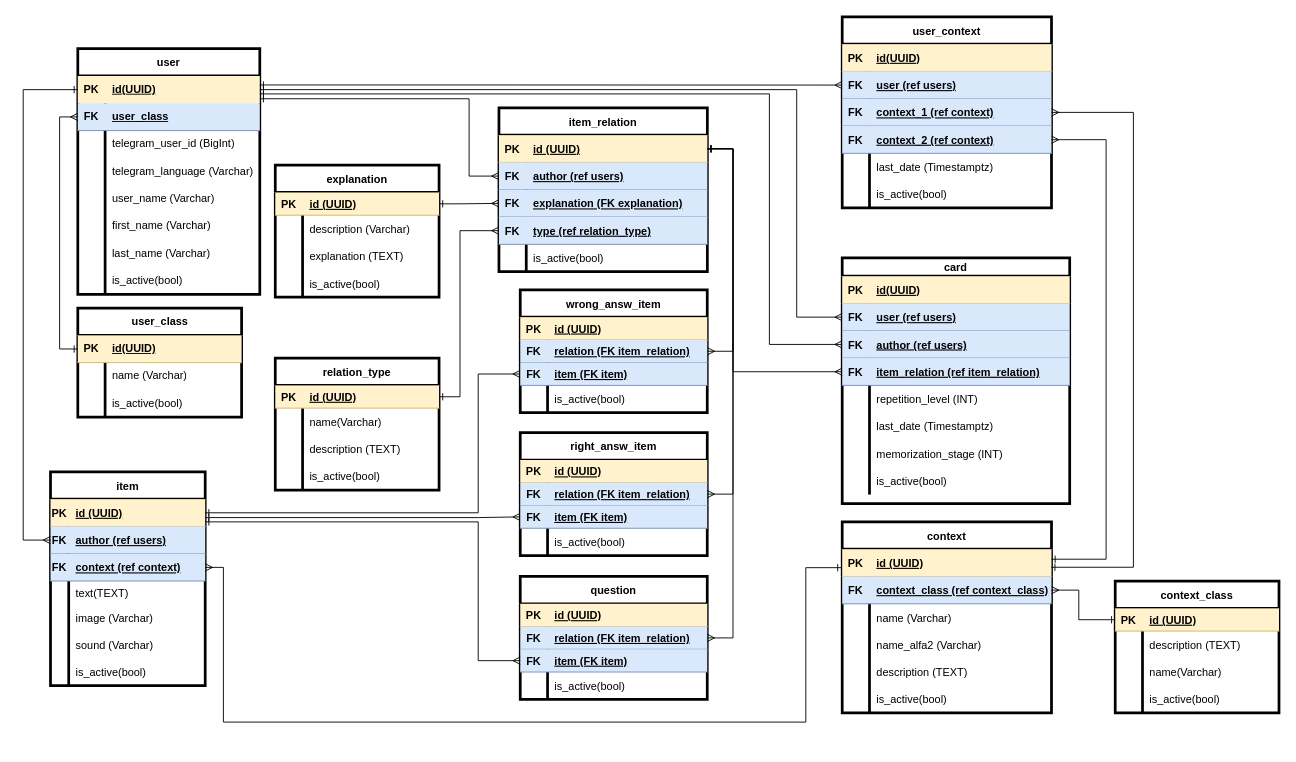
Earlier version of the draw.io diagram doc/db_structure.drawio (essayNEXT/REPETITOR). Source tidied: cells renumbered, new cells numbered last; positions are measured from the earlier drawing's top-left corner, leaving out a move shared by most shapes. Both pictures are drawn from the tidied source at 91%, with x=0, y=0 at pixel (23, 16).
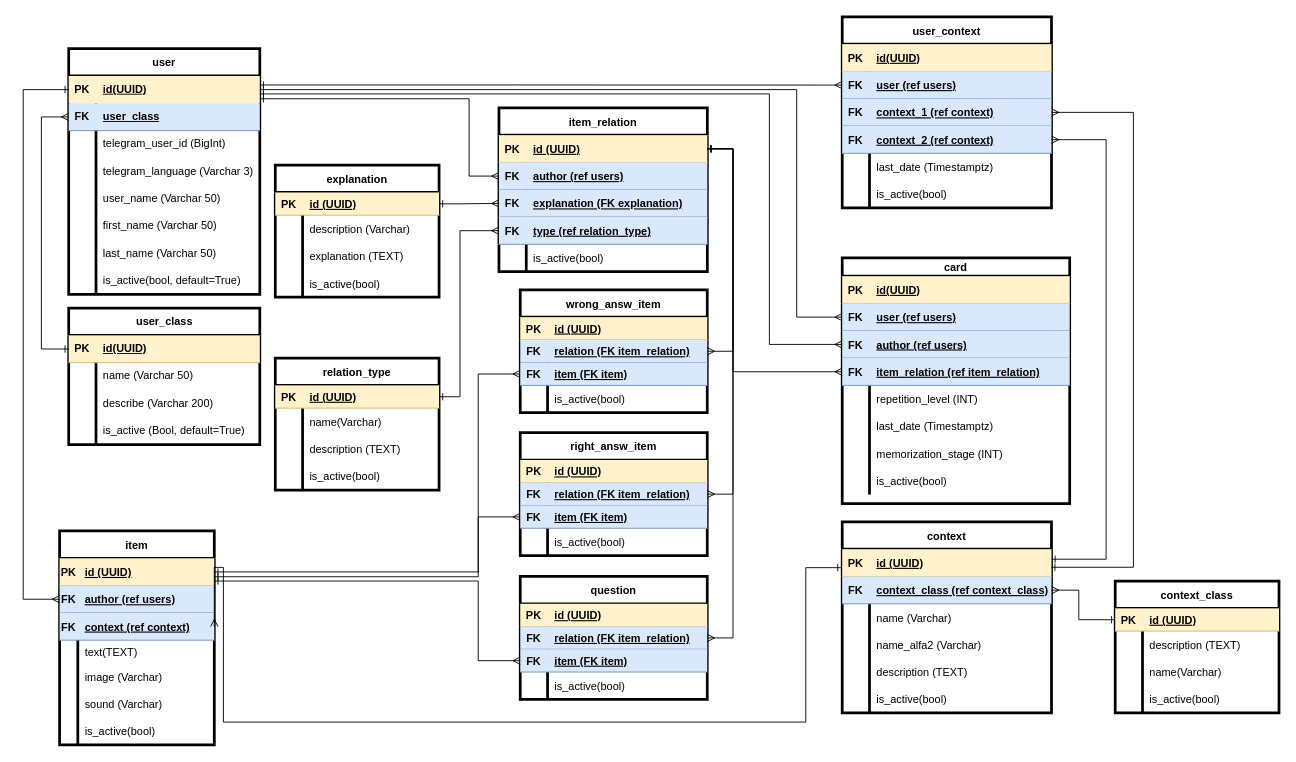
The same page after the edit.

Change to the diagram source:
```diff
@@
     <mxCell id="2" value="user" style="shape=table;startSize=30;childLayout=tableLayout;rowLines=0;fontStyle=1;align=center;html=1;whiteSpace=wrap;strokeWidth=3;" parent="1" vertex="1">
-      <mxGeometry x="60" y="35" width="200" height="270" as="geometry" />
+      <mxGeometry x="50" y="35" width="210" height="270" as="geometry" />
     </mxCell>
     <mxCell id="3" style="shape=tableRow;horizontal=0;startSize=0;swimlaneHead=0;swimlaneBody=0;fillColor=#fff2cc;points=[[0,0.5],[1,0.5]];portConstraint=eastwest;top=0;left=0;right=0;bottom=0;html=1;strokeColor=#d6b656;" parent="2" vertex="1">
-      <mxGeometry y="30" width="200" height="30" as="geometry" />
+      <mxGeometry y="30" width="210" height="30" as="geometry" />
     </mxCell>
@@
     <mxCell id="5" value="id(UUID)" style="shape=partialRectangle;fillColor=none;top=0;left=0;bottom=0;right=0;align=left;spacingLeft=6;fontStyle=5;overflow=hidden;html=1;whiteSpace=wrap;" parent="3" vertex="1">
-      <mxGeometry x="30" width="170" height="30" as="geometry" />
+      <mxGeometry x="30" width="180" height="30" as="geometry" />
     </mxCell>
     <mxCell id="6" style="shape=tableRow;horizontal=0;startSize=0;swimlaneHead=0;swimlaneBody=0;fillColor=#dae8fc;points=[[0,0.5],[1,0.5]];portConstraint=eastwest;top=0;left=0;right=0;bottom=1;html=1;strokeColor=#6c8ebf;" parent="2" vertex="1">
-      <mxGeometry y="60" width="200" height="30" as="geometry" />
+      <mxGeometry y="60" width="210" height="30" as="geometry" />
     </mxCell>
@@
     <mxCell id="8" value="user_class" style="shape=partialRectangle;fillColor=none;top=0;left=0;bottom=0;right=0;align=left;spacingLeft=6;fontStyle=5;overflow=hidden;html=1;whiteSpace=wrap;" parent="6" vertex="1">
-      <mxGeometry x="30" width="170" height="30" as="geometry" />
+      <mxGeometry x="30" width="180" height="30" as="geometry" />
     </mxCell>
     <mxCell id="9" style="shape=tableRow;horizontal=0;startSize=0;swimlaneHead=0;swimlaneBody=0;fillColor=none;top=0;left=0;right=0;bottom=0;html=1;" parent="2" vertex="1">
-      <mxGeometry y="90" width="200" height="30" as="geometry" />
+      <mxGeometry y="90" width="210" height="30" as="geometry" />
     </mxCell>
@@
     <mxCell id="11" value="telegram_user_id (BigInt)" style="shape=partialRectangle;fillColor=none;top=0;left=0;bottom=0;right=0;align=left;spacingLeft=6;overflow=hidden;html=1;whiteSpace=wrap;" parent="9" vertex="1">
-      <mxGeometry x="30" width="170" height="30" as="geometry" />
+      <mxGeometry x="30" width="180" height="30" as="geometry" />
     </mxCell>
     <mxCell id="12" style="shape=tableRow;horizontal=0;startSize=0;swimlaneHead=0;swimlaneBody=0;fillColor=none;top=0;left=0;right=0;bottom=0;html=1;" parent="2" vertex="1">
-      <mxGeometry y="120" width="200" height="30" as="geometry" />
+      <mxGeometry y="120" width="210" height="30" as="geometry" />
     </mxCell>
@@
-    <mxCell id="14" value="telegram_language (Varchar)" style="shape=partialRectangle;fillColor=none;top=0;left=0;bottom=0;right=0;align=left;spacingLeft=6;overflow=hidden;html=1;whiteSpace=wrap;" parent="12" vertex="1">
-      <mxGeometry x="30" width="170" height="30" as="geometry" />
+    <mxCell id="14" value="telegram_language (Varchar 3)" style="shape=partialRectangle;fillColor=none;top=0;left=0;bottom=0;right=0;align=left;spacingLeft=6;overflow=hidden;html=1;whiteSpace=wrap;" parent="12" vertex="1">
+      <mxGeometry x="30" width="180" height="30" as="geometry" />
     </mxCell>
     <mxCell id="15" style="shape=tableRow;horizontal=0;startSize=0;swimlaneHead=0;swimlaneBody=0;fillColor=none;top=0;left=0;right=0;bottom=0;html=1;" parent="2" vertex="1">
-      <mxGeometry y="150" width="200" height="30" as="geometry" />
+      <mxGeometry y="150" width="210" height="30" as="geometry" />
     </mxCell>
@@
-    <mxCell id="17" value="user_name (Varchar)" style="shape=partialRectangle;fillColor=none;top=0;left=0;bottom=0;right=0;align=left;spacingLeft=6;overflow=hidden;html=1;whiteSpace=wrap;" parent="15" vertex="1">
-      <mxGeometry x="30" width="170" height="30" as="geometry" />
+    <mxCell id="17" value="user_name (Varchar 50)" style="shape=partialRectangle;fillColor=none;top=0;left=0;bottom=0;right=0;align=left;spacingLeft=6;overflow=hidden;html=1;whiteSpace=wrap;" parent="15" vertex="1">
+      <mxGeometry x="30" width="180" height="30" as="geometry" />
     </mxCell>
     <mxCell id="18" style="shape=tableRow;horizontal=0;startSize=0;swimlaneHead=0;swimlaneBody=0;fillColor=none;top=0;left=0;right=0;bottom=0;html=1;" parent="2" vertex="1">
-      <mxGeometry y="180" width="200" height="30" as="geometry" />
+      <mxGeometry y="180" width="210" height="30" as="geometry" />
     </mxCell>
@@
-    <mxCell id="20" value="&lt;span style=&quot;color: rgb(0, 0, 0); font-family: Helvetica; font-size: 12px; font-style: normal; font-variant-ligatures: normal; font-variant-caps: normal; font-weight: 400; letter-spacing: normal; orphans: 2; text-align: left; text-indent: 0px; text-transform: none; widows: 2; word-spacing: 0px; -webkit-text-stroke-width: 0px; background-color: rgb(251, 251, 251); text-decoration-thickness: initial; text-decoration-style: initial; text-decoration-color: initial; float: none; display: inline !important;&quot;&gt;first_name (Varchar)&lt;/span&gt;" style="shape=partialRectangle;fillColor=none;top=0;left=0;bottom=0;right=0;align=left;spacingLeft=6;overflow=hidden;html=1;whiteSpace=wrap;" parent="18" vertex="1">
-      <mxGeometry x="30" width="170" height="30" as="geometry" />
+    <mxCell id="20" value="&lt;span style=&quot;color: rgb(0, 0, 0); font-family: Helvetica; font-size: 12px; font-style: normal; font-variant-ligatures: normal; font-variant-caps: normal; font-weight: 400; letter-spacing: normal; orphans: 2; text-align: left; text-indent: 0px; text-transform: none; widows: 2; word-spacing: 0px; -webkit-text-stroke-width: 0px; background-color: rgb(251, 251, 251); text-decoration-thickness: initial; text-decoration-style: initial; text-decoration-color: initial; float: none; display: inline !important;&quot;&gt;first_name (Varchar 50)&lt;/span&gt;" style="shape=partialRectangle;fillColor=none;top=0;left=0;bottom=0;right=0;align=left;spacingLeft=6;overflow=hidden;html=1;whiteSpace=wrap;" parent="18" vertex="1">
+      <mxGeometry x="30" width="180" height="30" as="geometry" />
     </mxCell>
     <mxCell id="21" style="shape=tableRow;horizontal=0;startSize=0;swimlaneHead=0;swimlaneBody=0;fillColor=none;top=0;left=0;right=0;bottom=0;html=1;" parent="2" vertex="1">
-      <mxGeometry y="210" width="200" height="30" as="geometry" />
+      <mxGeometry y="210" width="210" height="30" as="geometry" />
     </mxCell>
@@
-    <mxCell id="23" value="last_name (Varchar)" style="shape=partialRectangle;fillColor=none;top=0;left=0;bottom=0;right=0;align=left;spacingLeft=6;overflow=hidden;html=1;whiteSpace=wrap;" parent="21" vertex="1">
-      <mxGeometry x="30" width="170" height="30" as="geometry" />
+    <mxCell id="23" value="last_name (Varchar 50)" style="shape=partialRectangle;fillColor=none;top=0;left=0;bottom=0;right=0;align=left;spacingLeft=6;overflow=hidden;html=1;whiteSpace=wrap;" parent="21" vertex="1">
+      <mxGeometry x="30" width="180" height="30" as="geometry" />
     </mxCell>
     <mxCell id="24" style="shape=tableRow;horizontal=0;startSize=0;swimlaneHead=0;swimlaneBody=0;fillColor=none;top=0;left=0;right=0;bottom=0;html=1;" parent="2" vertex="1">
-      <mxGeometry y="240" width="200" height="30" as="geometry" />
+      <mxGeometry y="240" width="210" height="30" as="geometry" />
     </mxCell>
@@
-    <mxCell id="26" value="is_active(bool)" style="shape=partialRectangle;fillColor=none;top=0;left=0;bottom=0;right=0;align=left;spacingLeft=6;overflow=hidden;html=1;whiteSpace=wrap;" parent="24" vertex="1">
-      <mxGeometry x="30" width="170" height="30" as="geometry" />
+    <mxCell id="26" value="is_active(bool, default=True)" style="shape=partialRectangle;fillColor=none;top=0;left=0;bottom=0;right=0;align=left;spacingLeft=6;overflow=hidden;html=1;whiteSpace=wrap;" parent="24" vertex="1">
+      <mxGeometry x="30" width="180" height="30" as="geometry" />
     </mxCell>
     <mxCell id="27" value="user_class" style="shape=table;startSize=30;childLayout=tableLayout;rowLines=0;fontStyle=1;align=center;html=1;strokeWidth=3;" parent="1" vertex="1">
-      <mxGeometry x="60" y="320" width="180" height="120" as="geometry" />
+      <mxGeometry x="50" y="320" width="210" height="150" as="geometry" />
     </mxCell>
     <mxCell id="28" style="shape=tableRow;horizontal=0;startSize=0;swimlaneHead=0;swimlaneBody=0;fillColor=#fff2cc;points=[[0,0.5],[1,0.5]];portConstraint=eastwest;top=0;left=0;right=0;bottom=1;strokeColor=#d6b656;" parent="27" vertex="1">
-      <mxGeometry y="30" width="180" height="30" as="geometry" />
+      <mxGeometry y="30" width="210" height="30" as="geometry" />
     </mxCell>
@@
     <mxCell id="30" value="id(UUID)" style="shape=partialRectangle;fillColor=none;top=0;left=0;bottom=0;right=0;align=left;spacingLeft=6;fontStyle=5;overflow=hidden;whiteSpace=wrap;html=1;" parent="28" vertex="1">
-      <mxGeometry x="30" width="150" height="30" as="geometry" />
+      <mxGeometry x="30" width="180" height="30" as="geometry" />
     </mxCell>
     <mxCell id="31" style="shape=tableRow;horizontal=0;startSize=0;swimlaneHead=0;swimlaneBody=0;fillColor=none;top=0;left=0;right=0;bottom=0;" parent="27" vertex="1">
-      <mxGeometry y="60" width="180" height="30" as="geometry" />
+      <mxGeometry y="60" width="210" height="30" as="geometry" />
     </mxCell>
@@
-    <mxCell id="33" value="name (Varchar)" style="shape=partialRectangle;fillColor=none;top=0;left=0;bottom=0;right=0;align=left;spacingLeft=6;overflow=hidden;whiteSpace=wrap;html=1;" parent="31" vertex="1">
-      <mxGeometry x="30" width="150" height="30" as="geometry" />
+    <mxCell id="33" value="name (Varchar 50)" style="shape=partialRectangle;fillColor=none;top=0;left=0;bottom=0;right=0;align=left;spacingLeft=6;overflow=hidden;whiteSpace=wrap;html=1;" parent="31" vertex="1">
+      <mxGeometry x="30" width="180" height="30" as="geometry" />
     </mxCell>
     <mxCell id="34" style="shape=tableRow;horizontal=0;startSize=0;swimlaneHead=0;swimlaneBody=0;fillColor=none;top=0;left=0;right=0;bottom=0;" parent="27" vertex="1">
-      <mxGeometry y="90" width="180" height="30" as="geometry" />
+      <mxGeometry y="90" width="210" height="30" as="geometry" />
     </mxCell>
@@
-    <mxCell id="36" value="is_active(bool)" style="shape=partialRectangle;fillColor=none;top=0;left=0;bottom=0;right=0;align=left;spacingLeft=6;overflow=hidden;whiteSpace=wrap;html=1;" parent="34" vertex="1">
-      <mxGeometry x="30" width="150" height="30" as="geometry" />
+    <mxCell id="36" value="describe (Varchar 200)" style="shape=partialRectangle;fillColor=none;top=0;left=0;bottom=0;right=0;align=left;spacingLeft=6;overflow=hidden;whiteSpace=wrap;html=1;" parent="34" vertex="1">
+      <mxGeometry x="30" width="180" height="30" as="geometry" />
     </mxCell>
+    <mxCell id="235" style="shape=tableRow;horizontal=0;startSize=0;swimlaneHead=0;swimlaneBody=0;fillColor=none;top=0;left=0;right=0;bottom=0;" parent="27" vertex="1">
+      <mxGeometry y="120" width="210" height="30" as="geometry" />
+    </mxCell>
+    <mxCell id="236" style="shape=partialRectangle;fillColor=none;top=0;left=0;bottom=0;right=0;overflow=hidden;whiteSpace=wrap;html=1;" parent="235" vertex="1">
+      <mxGeometry width="30" height="30" as="geometry" />
+    </mxCell>
+    <mxCell id="237" value="is_active (Bool, default=True)" style="shape=partialRectangle;fillColor=none;top=0;left=0;bottom=0;right=0;align=left;spacingLeft=6;overflow=hidden;whiteSpace=wrap;html=1;" parent="235" vertex="1">
+      <mxGeometry x="30" width="180" height="30" as="geometry" />
+    </mxCell>
     <mxCell id="37" style="edgeStyle=elbowEdgeStyle;fontSize=12;html=1;endArrow=ERmany;rounded=0;entryX=0;entryY=0.5;entryDx=0;entryDy=0;exitX=0;exitY=0.5;exitDx=0;exitDy=0;startArrow=ERone;startFill=0;" parent="1" edge="1" source="28" target="6">
       <mxGeometry relative="1" as="geometry">
         <Array as="points">
+          <mxPoint x="20" y="215" />
           <mxPoint x="40" y="245" />
         </Array>
       </mxGeometry>
     </mxCell>
     <mxCell id="38" value="item" style="shape=table;startSize=30;childLayout=tableLayout;rowLines=0;fontStyle=1;align=center;strokeWidth=3;" parent="1" vertex="1">
-      <mxGeometry x="30" y="500" width="170" height="235" as="geometry" />
+      <mxGeometry x="40" y="565" width="170" height="235" as="geometry" />
     </mxCell>
```
